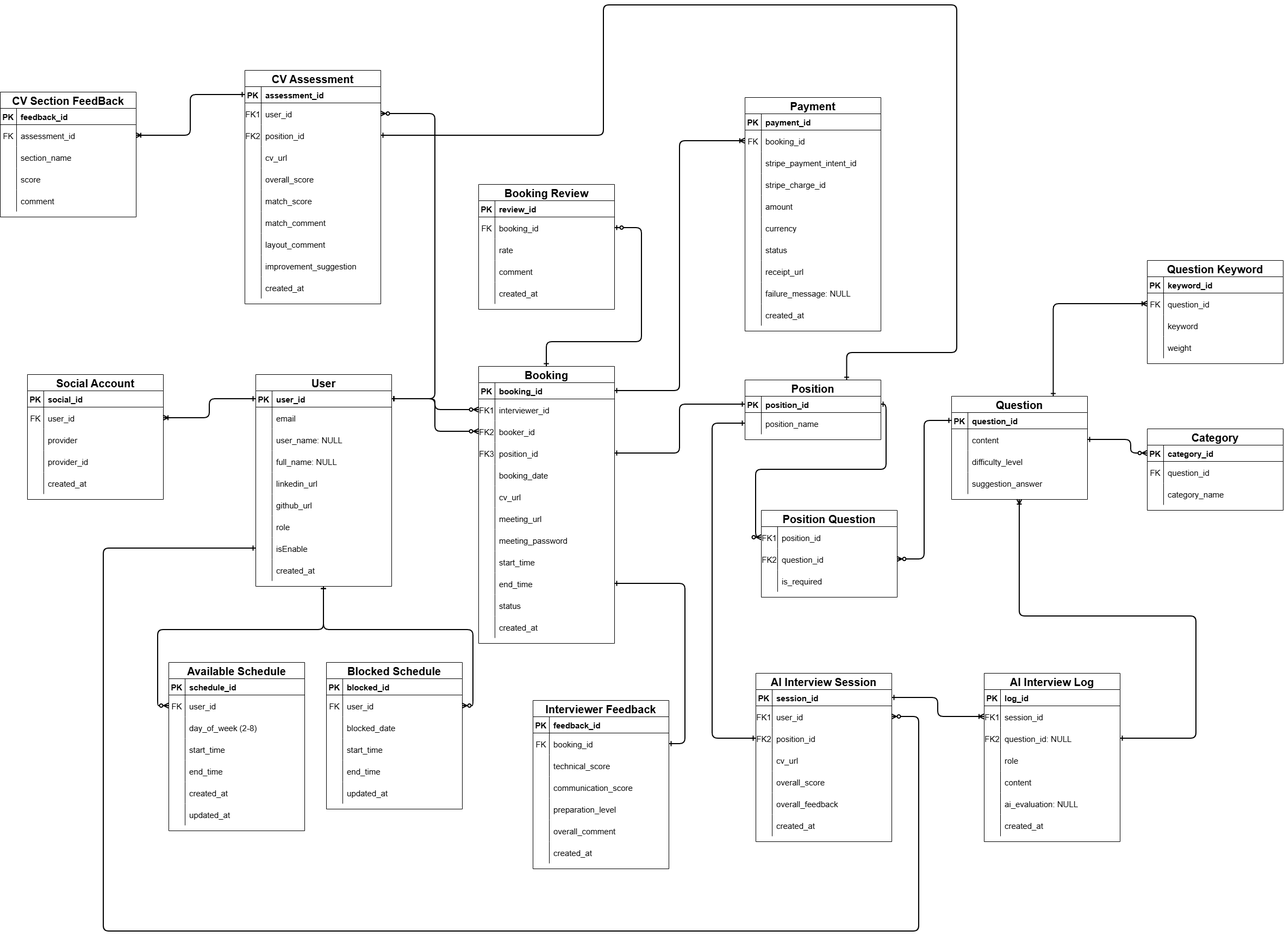
The draw.io diagram docs/analysis_and_design/Database/Database picture.png in Quanbro07/SE-Master-Interview, before a commit. Source tidied: cells renumbered, new cells last; positions are measured from the earlier drawing's top-left corner, leaving out a move shared by most shapes.
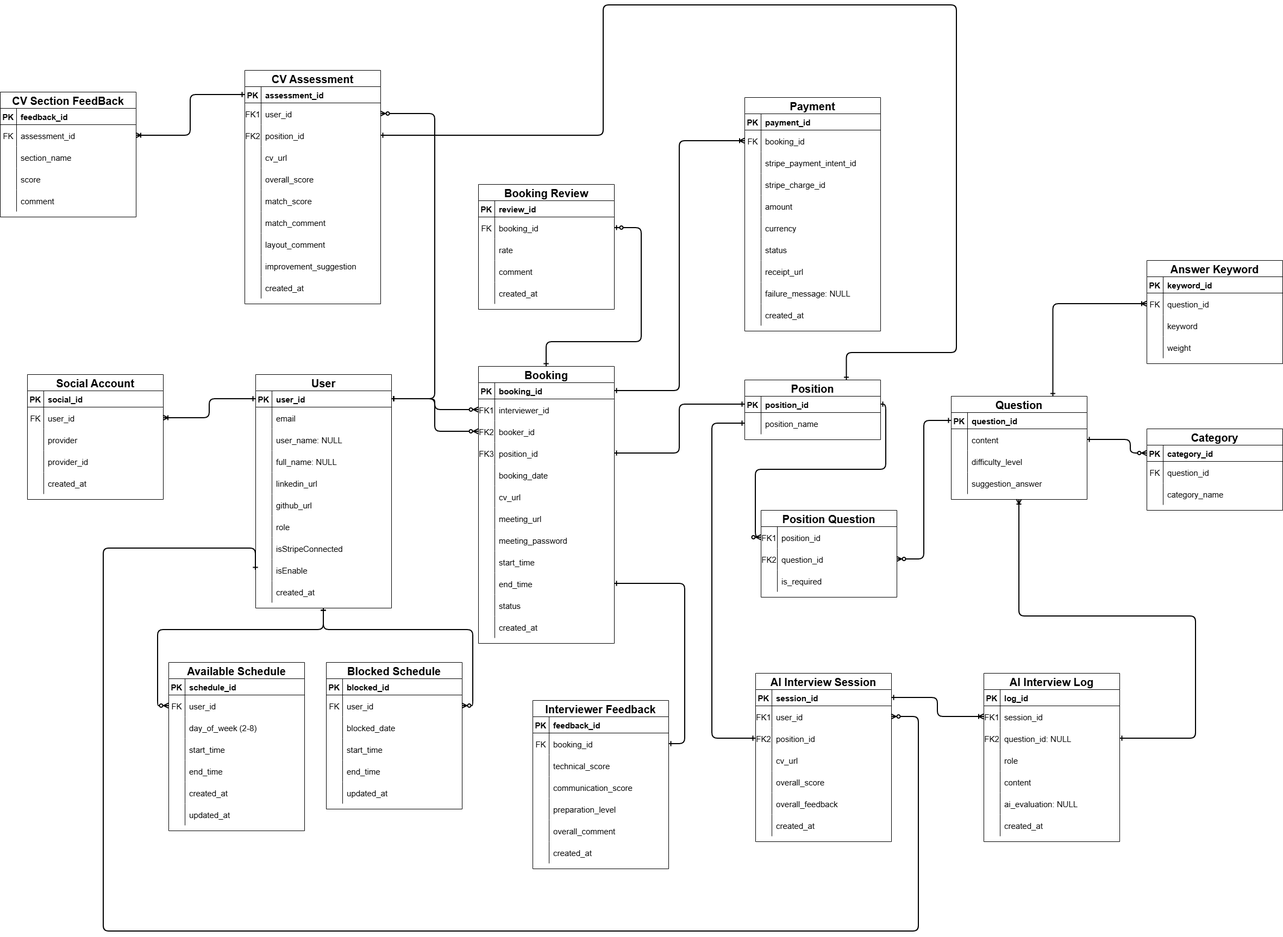
Above is the later version.

Diff of the diagram source:
```diff
@@ -6,7 +6,7 @@
       <mxGeometry relative="1" as="geometry" />
     </mxCell>
     <mxCell id="3" value="User" style="shape=table;startSize=30;rowLines=0;fontStyle=1;align=center;fontSize=20;" parent="1" vertex="1">
-      <mxGeometry x="470" y="680" width="250" height="390" as="geometry" />
+      <mxGeometry x="470" y="680" width="250" height="430" as="geometry" />
     </mxCell>
     <mxCell id="4" style="shape=partialRectangle;fillColor=none;points=[[0,0.5],[1,0.5]];portConstraint=eastwest;top=0;left=0;right=0;bottom=1;" parent="3" vertex="1">
       <mxGeometry y="30" width="250" height="30" as="geometry" />
@@ -71,8 +71,17 @@
     <mxCell id="24" value="role" style="shape=partialRectangle;overflow=hidden;fillColor=none;top=0;left=0;bottom=0;right=0;align=left;spacingLeft=6;fontSize=15;" parent="22" vertex="1">
       <mxGeometry x="30" width="220" height="40" as="geometry" />
     </mxCell>
+    <mxCell id="357" style="shape=partialRectangle;fillColor=none;top=0;left=0;right=0;bottom=0;" parent="3" vertex="1">
+      <mxGeometry y="300" width="250" height="40" as="geometry" />
+    </mxCell>
+    <mxCell id="358" style="shape=partialRectangle;overflow=hidden;fillColor=none;top=0;left=0;bottom=0;right=0;" parent="357" vertex="1">
+      <mxGeometry width="30" height="40" as="geometry" />
+    </mxCell>
+    <mxCell id="359" value="isStripeConnected" style="shape=partialRectangle;overflow=hidden;fillColor=none;top=0;left=0;bottom=0;right=0;align=left;spacingLeft=6;fontSize=15;" parent="357" vertex="1">
+      <mxGeometry x="30" width="220" height="40" as="geometry" />
+    </mxCell>
     <mxCell id="25" style="shape=partialRectangle;fillColor=none;points=[[0,0.5],[1,0.5]];portConstraint=eastwest;top=0;left=0;right=0;bottom=0;" parent="3" vertex="1">
-      <mxGeometry y="300" width="250" height="40" as="geometry" />
+      <mxGeometry y="340" width="250" height="40" as="geometry" />
     </mxCell>
     <mxCell id="26" style="shape=partialRectangle;overflow=hidden;fillColor=none;top=0;left=0;bottom=0;right=0;" parent="25" vertex="1">
       <mxGeometry width="30" height="40" as="geometry" />
@@ -81,7 +90,7 @@
       <mxGeometry x="30" width="220" height="40" as="geometry" />
     </mxCell>
     <mxCell id="28" style="shape=partialRectangle;fillColor=none;top=0;left=0;right=0;bottom=0;" parent="3" vertex="1">
-      <mxGeometry y="340" width="250" height="40" as="geometry" />
+      <mxGeometry y="380" width="250" height="40" as="geometry" />
     </mxCell>
     <mxCell id="29" style="shape=partialRectangle;overflow=hidden;fillColor=none;top=0;left=0;bottom=0;right=0;" parent="28" vertex="1">
       <mxGeometry width="30" height="40" as="geometry" />
@@ -1009,7 +1018,7 @@
         </Array>
       </mxGeometry>
     </mxCell>
-    <mxCell id="322" value="Question Keyword" style="shape=table;startSize=30;rowLines=0;fontStyle=1;align=center;fontSize=20;" parent="1" vertex="1">
+    <mxCell id="322" value="Answer Keyword" style="shape=table;startSize=30;rowLines=0;fontStyle=1;align=center;fontSize=20;" parent="1" vertex="1">
       <mxGeometry x="2110" y="470" width="250" height="190" as="geometry" />
     </mxCell>
     <mxCell id="323" style="shape=partialRectangle;fillColor=none;top=0;left=0;right=0;bottom=1;" parent="322" vertex="1">
```
